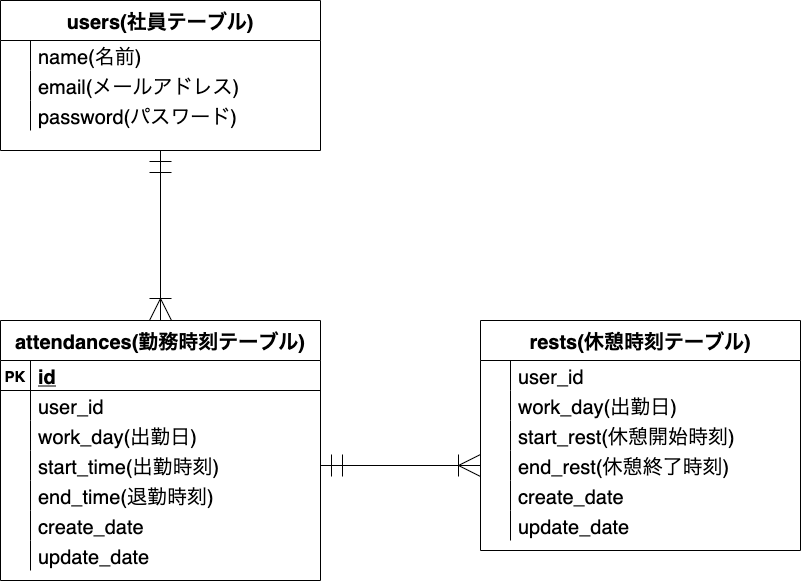
The draw.io diagram config/index.drawio.png in FujiiMarie/Atte, before a commit. Source tidied: cells renumbered, new cells last; positions are measured from the earlier drawing's top-left corner, leaving out a move shared by most shapes.
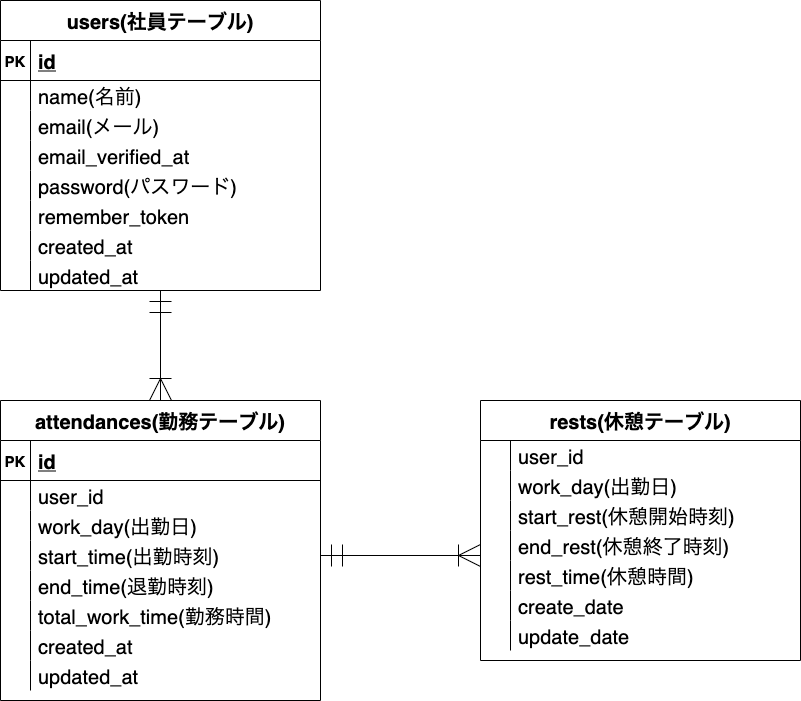
Later version of the same file.

The edit, as a diff of the source:
```diff
@@ -2,20 +2,20 @@
   <root>
     <mxCell id="0" />
     <mxCell id="1" parent="0" />
-    <mxCell id="2" value="attendances(勤務時刻テーブル)" style="shape=table;startSize=40;rowLines=0;fontStyle=1;align=center;fontSize=20;" parent="1" vertex="1">
-      <mxGeometry y="320" width="320" height="260" as="geometry" />
+    <mxCell id="2" value="attendances(勤務テーブル)" style="shape=table;startSize=40;rowLines=0;fontStyle=1;align=center;fontSize=20;" parent="1" vertex="1">
+      <mxGeometry y="320" width="320" height="300" as="geometry" />
     </mxCell>
     <mxCell id="3" style="shape=partialRectangle;fillColor=none;top=0;left=0;bottom=1;right=0;" parent="2" vertex="1">
-      <mxGeometry y="40" width="320" height="30" as="geometry" />
+      <mxGeometry y="40" width="320" height="40" as="geometry" />
     </mxCell>
     <mxCell id="4" value="PK" style="shape=partialRectangle;fillColor=none;top=0;left=0;bottom=0;right=0;fontStyle=1;overflow=hidden;fontSize=15;" parent="3" vertex="1">
-      <mxGeometry width="30" height="30" as="geometry" />
+      <mxGeometry width="30" height="40" as="geometry" />
     </mxCell>
     <mxCell id="5" value="id" style="shape=partialRectangle;fillColor=none;top=0;left=0;bottom=0;right=0;align=left;spacingLeft=6;fontStyle=5;overflow=hidden;fontSize=20;" parent="3" vertex="1">
-      <mxGeometry x="30" width="290" height="30" as="geometry" />
+      <mxGeometry x="30" width="290" height="40" as="geometry" />
     </mxCell>
     <mxCell id="6" style="shape=partialRectangle;fillColor=none;top=0;left=0;bottom=0;right=0;" parent="2" vertex="1">
-      <mxGeometry y="70" width="320" height="30" as="geometry" />
+      <mxGeometry y="80" width="320" height="30" as="geometry" />
     </mxCell>
     <mxCell id="7" style="shape=partialRectangle;fillColor=none;top=0;left=0;bottom=0;right=0;overflow=hidden;" parent="6" vertex="1">
       <mxGeometry width="30" height="30" as="geometry" />
@@ -24,7 +24,7 @@
       <mxGeometry x="30" width="290" height="30" as="geometry" />
     </mxCell>
     <mxCell id="9" style="shape=partialRectangle;fillColor=none;top=0;left=0;bottom=0;right=0;" parent="2" vertex="1">
-      <mxGeometry y="100" width="320" height="30" as="geometry" />
+      <mxGeometry y="110" width="320" height="30" as="geometry" />
     </mxCell>
     <mxCell id="10" style="shape=partialRectangle;fillColor=none;top=0;left=0;bottom=0;right=0;overflow=hidden;" parent="9" vertex="1">
       <mxGeometry width="30" height="30" as="geometry" />
@@ -33,7 +33,7 @@
       <mxGeometry x="30" width="290" height="30" as="geometry" />
     </mxCell>
     <mxCell id="12" style="shape=partialRectangle;fillColor=none;top=0;left=0;bottom=0;right=0;points=[[0,0.5],[1,0.5]];portConstraint=eastwest;" parent="2" vertex="1">
-      <mxGeometry y="130" width="320" height="30" as="geometry" />
+      <mxGeometry y="140" width="320" height="30" as="geometry" />
     </mxCell>
     <mxCell id="13" style="shape=partialRectangle;fillColor=none;top=0;left=0;bottom=0;right=0;overflow=hidden;" parent="12" vertex="1">
       <mxGeometry width="30" height="30" as="geometry" />
@@ -42,7 +42,7 @@
       <mxGeometry x="30" width="290" height="30" as="geometry" />
     </mxCell>
     <mxCell id="15" style="shape=partialRectangle;fillColor=none;top=0;left=0;bottom=0;right=0;" parent="2" vertex="1">
-      <mxGeometry y="160" width="320" height="30" as="geometry" />
+      <mxGeometry y="170" width="320" height="30" as="geometry" />
     </mxCell>
     <mxCell id="16" style="shape=partialRectangle;fillColor=none;top=0;left=0;bottom=0;right=0;overflow=hidden;" parent="15" vertex="1">
       <mxGeometry width="30" height="30" as="geometry" />
@@ -51,28 +51,46 @@
       <mxGeometry x="30" width="290" height="30" as="geometry" />
     </mxCell>
     <mxCell id="18" style="shape=partialRectangle;fillColor=none;top=0;left=0;bottom=0;right=0;" parent="2" vertex="1">
-      <mxGeometry y="190" width="320" height="30" as="geometry" />
+      <mxGeometry y="200" width="320" height="30" as="geometry" />
     </mxCell>
     <mxCell id="19" style="shape=partialRectangle;fillColor=none;top=0;left=0;bottom=0;right=0;overflow=hidden;" parent="18" vertex="1">
       <mxGeometry width="30" height="30" as="geometry" />
     </mxCell>
-    <mxCell id="20" value="create_date" style="shape=partialRectangle;fillColor=none;top=0;left=0;bottom=0;right=0;align=left;spacingLeft=6;overflow=hidden;fontSize=20;" parent="18" vertex="1">
+    <mxCell id="20" value="total_work_time(勤務時間)" style="shape=partialRectangle;fillColor=none;top=0;left=0;bottom=0;right=0;align=left;spacingLeft=6;overflow=hidden;fontSize=20;" parent="18" vertex="1">
       <mxGeometry x="30" width="290" height="30" as="geometry" />
     </mxCell>
-    <mxCell id="21" style="shape=partialRectangle;fillColor=none;top=0;left=0;bottom=0;right=0;" parent="2" vertex="1">
-      <mxGeometry y="220" width="320" height="30" as="geometry" />
-    </mxCell>
-    <mxCell id="22" style="shape=partialRectangle;fillColor=none;top=0;left=0;bottom=0;right=0;overflow=hidden;" parent="21" vertex="1">
-      <mxGeometry width="30" height="30" as="geometry" />
-    </mxCell>
-    <mxCell id="23" value="update_date" style="shape=partialRectangle;fillColor=none;top=0;left=0;bottom=0;right=0;align=left;spacingLeft=6;overflow=hidden;fontSize=20;" parent="21" vertex="1">
-      <mxGeometry x="30" width="290" height="30" as="geometry" />
-    </mxCell>
+    <mxCell id="55" style="shape=partialRectangle;fillColor=none;top=0;left=0;bottom=0;right=0;" parent="2" vertex="1">
+      <mxGeometry y="230" width="320" height="30" as="geometry" />
+    </mxCell>
+    <mxCell id="56" style="shape=partialRectangle;fillColor=none;top=0;left=0;bottom=0;right=0;overflow=hidden;" parent="55" vertex="1">
+      <mxGeometry width="30" height="30" as="geometry" />
+    </mxCell>
+    <mxCell id="57" value="created_at" style="shape=partialRectangle;fillColor=none;top=0;left=0;bottom=0;right=0;align=left;spacingLeft=6;overflow=hidden;fontSize=20;" parent="55" vertex="1">
+      <mxGeometry x="30" width="290" height="30" as="geometry" />
+    </mxCell>
+    <mxCell id="58" style="shape=partialRectangle;fillColor=none;top=0;left=0;bottom=0;right=0;" parent="2" vertex="1">
+      <mxGeometry y="260" width="320" height="30" as="geometry" />
+    </mxCell>
+    <mxCell id="59" style="shape=partialRectangle;fillColor=none;top=0;left=0;bottom=0;right=0;overflow=hidden;" parent="58" vertex="1">
+      <mxGeometry width="30" height="30" as="geometry" />
+    </mxCell>
+    <mxCell id="60" value="updated_at" style="shape=partialRectangle;fillColor=none;top=0;left=0;bottom=0;right=0;align=left;spacingLeft=6;overflow=hidden;fontSize=20;" parent="58" vertex="1">
+      <mxGeometry x="30" width="290" height="30" as="geometry" />
+    </mxCell>
     <mxCell id="24" value="users(社員テーブル)" style="shape=table;startSize=40;rowLines=0;fontStyle=1;align=center;fontSize=20;" parent="1" vertex="1">
-      <mxGeometry width="320" height="150" as="geometry" />
+      <mxGeometry y="-80" width="320" height="290" as="geometry" />
     </mxCell>
+    <mxCell id="61" style="shape=partialRectangle;fillColor=none;top=0;left=0;bottom=1;right=0;" parent="24" vertex="1">
+      <mxGeometry y="40" width="320" height="40" as="geometry" />
+    </mxCell>
+    <mxCell id="62" value="PK" style="shape=partialRectangle;fillColor=none;top=0;left=0;bottom=0;right=0;fontStyle=1;overflow=hidden;fontSize=15;" parent="61" vertex="1">
+      <mxGeometry width="30" height="40" as="geometry" />
+    </mxCell>
+    <mxCell id="63" value="id" style="shape=partialRectangle;fillColor=none;top=0;left=0;bottom=0;right=0;align=left;spacingLeft=6;fontStyle=5;overflow=hidden;fontSize=20;" parent="61" vertex="1">
+      <mxGeometry x="30" width="290" height="40" as="geometry" />
+    </mxCell>
     <mxCell id="25" style="shape=partialRectangle;fillColor=none;top=0;left=0;bottom=0;right=0;" parent="24" vertex="1">
-      <mxGeometry y="40" width="320" height="30" as="geometry" />
+      <mxGeometry y="80" width="320" height="30" as="geometry" />
     </mxCell>
     <mxCell id="26" style="shape=partialRectangle;fillColor=none;top=0;left=0;bottom=0;right=0;overflow=hidden;" parent="25" vertex="1">
       <mxGeometry width="30" height="30" as="geometry" />
@@ -80,29 +98,65 @@
     <mxCell id="27" value="name(名前)" style="shape=partialRectangle;fillColor=none;top=0;left=0;bottom=0;right=0;align=left;spacingLeft=6;overflow=hidden;fontSize=20;" parent="25" vertex="1">
       <mxGeometry x="30" width="290" height="30" as="geometry" />
     </mxCell>
-    <mxCell id="28" style="shape=partialRectangle;fillColor=none;top=0;left=0;bottom=0;right=0;" parent="24" vertex="1">
-      <mxGeometry y="70" width="320" height="30" as="geometry" />
-    </mxCell>
-    <mxCell id="29" style="shape=partialRectangle;fillColor=none;top=0;left=0;bottom=0;right=0;overflow=hidden;" parent="28" vertex="1">
-      <mxGeometry width="30" height="30" as="geometry" />
-    </mxCell>
-    <mxCell id="30" value="email(メールアドレス)" style="shape=partialRectangle;fillColor=none;top=0;left=0;bottom=0;right=0;align=left;spacingLeft=6;overflow=hidden;fontSize=20;" parent="28" vertex="1">
-      <mxGeometry x="30" width="290" height="30" as="geometry" />
-    </mxCell>
     <mxCell id="31" style="shape=partialRectangle;fillColor=none;top=0;left=0;bottom=0;right=0;" parent="24" vertex="1">
-      <mxGeometry y="100" width="320" height="30" as="geometry" />
+      <mxGeometry y="110" width="320" height="30" as="geometry" />
     </mxCell>
     <mxCell id="32" style="shape=partialRectangle;fillColor=none;top=0;left=0;bottom=0;right=0;overflow=hidden;" parent="31" vertex="1">
       <mxGeometry width="30" height="30" as="geometry" />
     </mxCell>
-    <mxCell id="33" value="password(パスワード)" style="shape=partialRectangle;fillColor=none;top=0;left=0;bottom=0;right=0;align=left;spacingLeft=6;overflow=hidden;fontSize=20;" parent="31" vertex="1">
+    <mxCell id="33" value="email(メール)" style="shape=partialRectangle;fillColor=none;top=0;left=0;bottom=0;right=0;align=left;spacingLeft=6;overflow=hidden;fontSize=20;" parent="31" vertex="1">
       <mxGeometry x="30" width="290" height="30" as="geometry" />
     </mxCell>
+    <mxCell id="64" style="shape=partialRectangle;fillColor=none;top=0;left=0;bottom=0;right=0;" parent="24" vertex="1">
+      <mxGeometry y="140" width="320" height="30" as="geometry" />
+    </mxCell>
+    <mxCell id="65" style="shape=partialRectangle;fillColor=none;top=0;left=0;bottom=0;right=0;overflow=hidden;" parent="64" vertex="1">
+      <mxGeometry width="30" height="30" as="geometry" />
+    </mxCell>
+    <mxCell id="66" value="email_verified_at" style="shape=partialRectangle;fillColor=none;top=0;left=0;bottom=0;right=0;align=left;spacingLeft=6;overflow=hidden;fontSize=20;" parent="64" vertex="1">
+      <mxGeometry x="30" width="290" height="30" as="geometry" />
+    </mxCell>
+    <mxCell id="67" style="shape=partialRectangle;fillColor=none;top=0;left=0;bottom=0;right=0;" parent="24" vertex="1">
+      <mxGeometry y="170" width="320" height="30" as="geometry" />
+    </mxCell>
+    <mxCell id="68" style="shape=partialRectangle;fillColor=none;top=0;left=0;bottom=0;right=0;overflow=hidden;" parent="67" vertex="1">
+      <mxGeometry width="30" height="30" as="geometry" />
+    </mxCell>
+    <mxCell id="69" value="password(パスワード)" style="shape=partialRectangle;fillColor=none;top=0;left=0;bottom=0;right=0;align=left;spacingLeft=6;overflow=hidden;fontSize=20;" parent="67" vertex="1">
+      <mxGeometry x="30" width="290" height="30" as="geometry" />
+    </mxCell>
+    <mxCell id="70" style="shape=partialRectangle;fillColor=none;top=0;left=0;bottom=0;right=0;" parent="24" vertex="1">
+      <mxGeometry y="200" width="320" height="30" as="geometry" />
+    </mxCell>
+    <mxCell id="71" style="shape=partialRectangle;fillColor=none;top=0;left=0;bottom=0;right=0;overflow=hidden;" parent="70" vertex="1">
+      <mxGeometry width="30" height="30" as="geometry" />
+    </mxCell>
+    <mxCell id="72" value="remember_token" style="shape=partialRectangle;fillColor=none;top=0;left=0;bottom=0;right=0;align=left;spacingLeft=6;overflow=hidden;fontSize=20;" parent="70" vertex="1">
+      <mxGeometry x="30" width="290" height="30" as="geometry" />
+    </mxCell>
+    <mxCell id="73" style="shape=partialRectangle;fillColor=none;top=0;left=0;bottom=0;right=0;" parent="24" vertex="1">
+      <mxGeometry y="230" width="320" height="30" as="geometry" />
+    </mxCell>
+    <mxCell id="74" style="shape=partialRectangle;fillColor=none;top=0;left=0;bottom=0;right=0;overflow=hidden;" parent="73" vertex="1">
+      <mxGeometry width="30" height="30" as="geometry" />
+    </mxCell>
+    <mxCell id="75" value="created_at" style="shape=partialRectangle;fillColor=none;top=0;left=0;bottom=0;right=0;align=left;spacingLeft=6;overflow=hidden;fontSize=20;" parent="73" vertex="1">
+      <mxGeometry x="30" width="290" height="30" as="geometry" />
+    </mxCell>
+    <mxCell id="76" style="shape=partialRectangle;fillColor=none;top=0;left=0;bottom=0;right=0;" parent="24" vertex="1">
+      <mxGeometry y="260" width="320" height="30" as="geometry" />
+    </mxCell>
+    <mxCell id="77" style="shape=partialRectangle;fillColor=none;top=0;left=0;bottom=0;right=0;overflow=hidden;" parent="76" vertex="1">
+      <mxGeometry width="30" height="30" as="geometry" />
+    </mxCell>
+    <mxCell id="78" value="updated_at" style="shape=partialRectangle;fillColor=none;top=0;left=0;bottom=0;right=0;align=left;spacingLeft=6;overflow=hidden;fontSize=20;" parent="76" vertex="1">
+      <mxGeometry x="30" width="290" height="30" as="geometry" />
+    </mxCell>
     <mxCell id="34" style="fontSize=12;html=1;endArrow=ERoneToMany;startArrow=ERmandOne;entryX=0.5;entryY=0;entryDx=0;entryDy=0;endSize=20;startSize=20;exitX=0.5;exitY=1;exitDx=0;exitDy=0;" parent="1" edge="1" source="24" target="2">
       <mxGeometry relative="1" as="geometry" />
     </mxCell>
-    <mxCell id="35" value="rests(休憩時刻テーブル)" style="shape=table;startSize=40;rowLines=0;fontStyle=1;align=center;fontSize=20;" parent="1" vertex="1">
-      <mxGeometry x="480" y="320" width="320" height="230" as="geometry" />
+    <mxCell id="35" value="rests(休憩テーブル)" style="shape=table;startSize=40;rowLines=0;fontStyle=1;align=center;fontSize=20;" parent="1" vertex="1">
+      <mxGeometry x="480" y="320" width="320" height="260" as="geometry" />
     </mxCell>
     <mxCell id="36" style="shape=partialRectangle;fillColor=none;top=0;left=0;bottom=0;right=0;" parent="35" vertex="1">
       <mxGeometry y="40" width="320" height="30" as="geometry" />
@@ -146,19 +200,28 @@
     <mxCell id="49" style="shape=partialRectangle;fillColor=none;top=0;left=0;bottom=0;right=0;overflow=hidden;" parent="48" vertex="1">
       <mxGeometry width="30" height="30" as="geometry" />
     </mxCell>
-    <mxCell id="50" value="create_date" style="shape=partialRectangle;fillColor=none;top=0;left=0;bottom=0;right=0;align=left;spacingLeft=6;overflow=hidden;fontSize=20;" parent="48" vertex="1">
+    <mxCell id="50" value="rest_time(休憩時間)" style="shape=partialRectangle;fillColor=none;top=0;left=0;bottom=0;right=0;align=left;spacingLeft=6;overflow=hidden;fontSize=20;" parent="48" vertex="1">
       <mxGeometry x="30" width="290" height="30" as="geometry" />
     </mxCell>
     <mxCell id="51" style="shape=partialRectangle;fillColor=none;top=0;left=0;bottom=0;right=0;" parent="35" vertex="1">
       <mxGeometry y="190" width="320" height="30" as="geometry" />
     </mxCell>
-    <mxCell id="52" style="shape=partialRectangle;fillColor=none;top=0;left=0;bottom=0;right=0;overflow=hidden;" parent="51" vertex="1">
-      <mxGeometry width="30" height="30" as="geometry" />
-    </mxCell>
-    <mxCell id="53" value="update_date" style="shape=partialRectangle;fillColor=none;top=0;left=0;bottom=0;right=0;align=left;spacingLeft=6;overflow=hidden;fontSize=20;" parent="51" vertex="1">
-      <mxGeometry x="30" width="290" height="30" as="geometry" />
-    </mxCell>
+    <mxCell id="79" style="shape=partialRectangle;fillColor=none;top=0;left=0;bottom=0;right=0;overflow=hidden;" parent="51" vertex="1">
+      <mxGeometry width="30" height="30" as="geometry" />
+    </mxCell>
+    <mxCell id="80" value="create_date" style="shape=partialRectangle;fillColor=none;top=0;left=0;bottom=0;right=0;align=left;spacingLeft=6;overflow=hidden;fontSize=20;" parent="51" vertex="1">
+      <mxGeometry x="30" width="290" height="30" as="geometry" />
+    </mxCell>
+    <mxCell id="21" style="shape=partialRectangle;fillColor=none;top=0;left=0;bottom=0;right=0;" parent="35" vertex="1">
+      <mxGeometry y="220" width="320" height="30" as="geometry" />
+    </mxCell>
+    <mxCell id="81" style="shape=partialRectangle;fillColor=none;top=0;left=0;bottom=0;right=0;overflow=hidden;" parent="21" vertex="1">
+      <mxGeometry width="30" height="30" as="geometry" />
+    </mxCell>
+    <mxCell id="82" value="update_date" style="shape=partialRectangle;fillColor=none;top=0;left=0;bottom=0;right=0;align=left;spacingLeft=6;overflow=hidden;fontSize=20;" parent="21" vertex="1">
+      <mxGeometry x="30" width="290" height="30" as="geometry" />
+    </mxCell>
-    <mxCell id="54" style="fontSize=12;html=1;endArrow=ERoneToMany;startArrow=ERmandOne;endSize=20;startSize=20;exitX=1;exitY=0.5;exitDx=0;exitDy=0;entryX=0;entryY=0.5;entryDx=0;entryDy=0;" parent="1" edge="1" source="12" target="45">
+    <mxCell id="54" style="fontSize=12;html=1;endArrow=ERoneToMany;startArrow=ERmandOne;endSize=20;startSize=20;exitX=1;exitY=0.5;exitDx=0;exitDy=0;entryX=0;entryY=0.833;entryDx=0;entryDy=0;entryPerimeter=0;" parent="1" edge="1" source="12" target="45">
       <mxGeometry relative="1" as="geometry" />
     </mxCell>
   </root>
```
